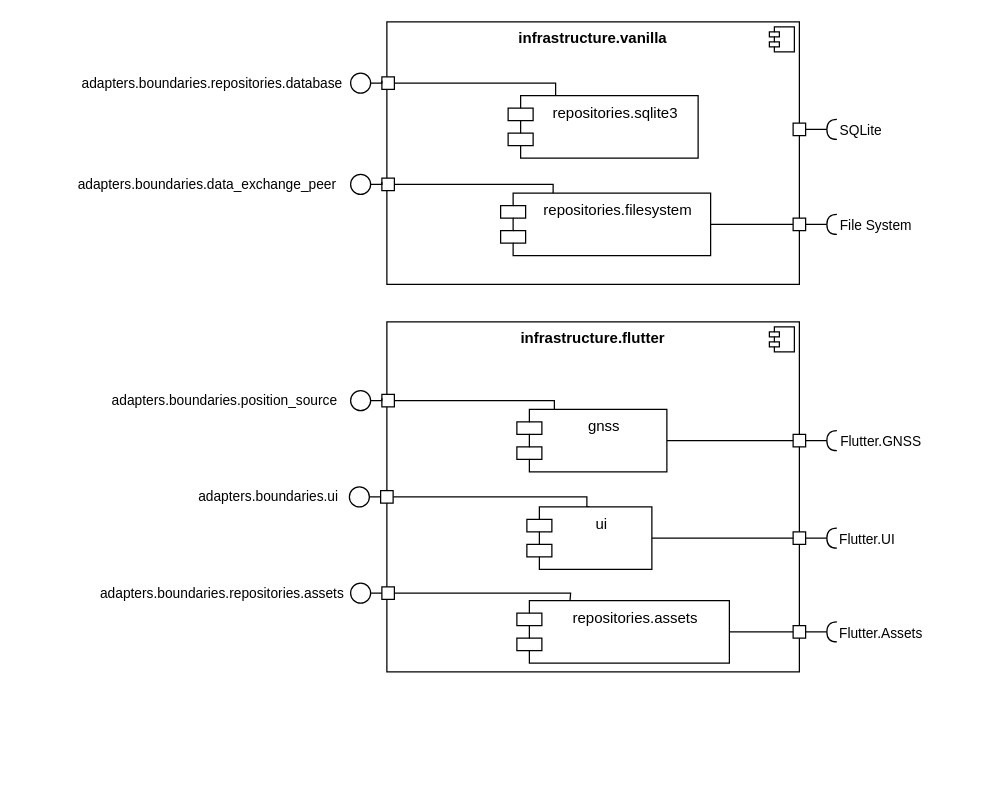
Above: doc/architecture/bbview_level2_infrastructure.drawio in aardjon/trad (draw.io), before the change. Source tidied: cells renumbered, new cells numbered last; positions are measured from the earlier drawing's top-left corner, leaving out a move shared by most shapes. Both pictures are drawn from the tidied source at 125%, with x=0, y=0 at pixel (62, 21).
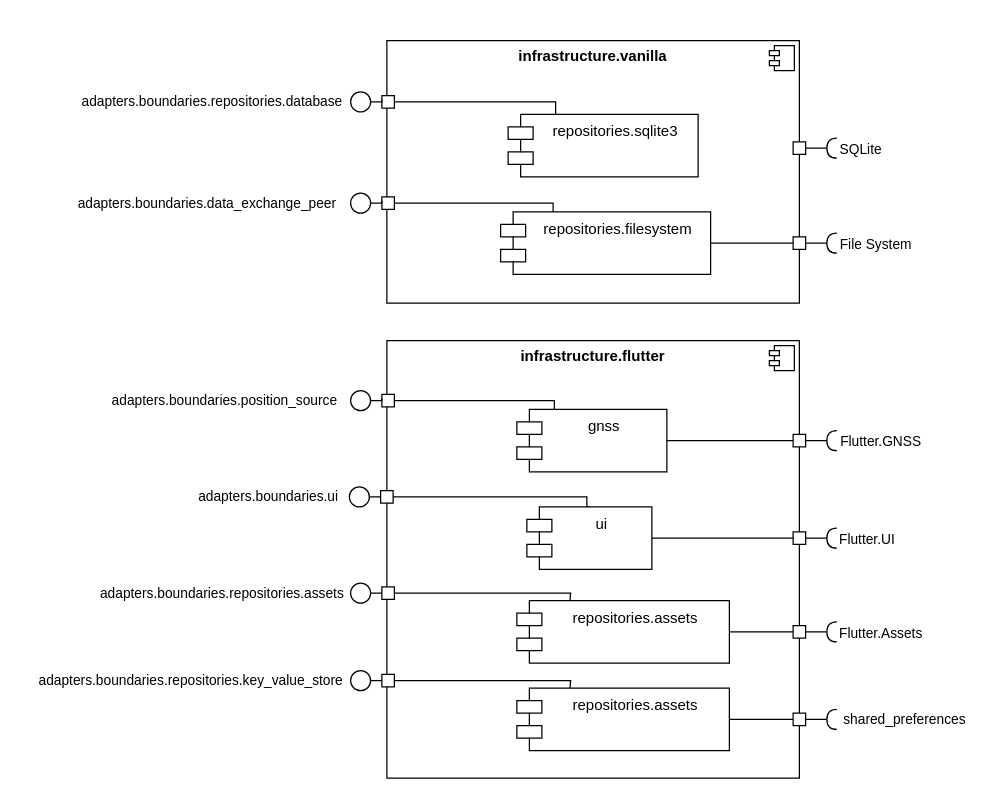
Above is the later version.

Commit message (it also covers changes not shown here):
docs: Add app preferences components to the architecture documentation

The edit, as a diff of the source:
```diff
@@
     <mxCell id="2" value="&lt;p style=&quot;margin:0px;margin-top:6px;text-align:center;&quot;&gt;&lt;b&gt;infrastructure.flutter&lt;/b&gt;&lt;/p&gt;" style="align=left;overflow=fill;html=1;whiteSpace=wrap;" parent="1" vertex="1">
-      <mxGeometry x="259" y="240" width="330" height="280" as="geometry" />
+      <mxGeometry x="259" y="255" width="330" height="350" as="geometry" />
     </mxCell>
-    <mxCell id="3" style="shape=component;jettyWidth=8;jettyHeight=4;" parent="2" vertex="1">
-      <mxGeometry x="1" width="20" height="20" relative="1" as="geometry">
-        <mxPoint x="-24" y="4" as="offset" />
-      </mxGeometry>
-    </mxCell>
     <mxCell id="4" value="&lt;p style=&quot;margin:0px;margin-top:6px;text-align:center;&quot;&gt;&lt;b&gt;infrastructure.vanilla&lt;/b&gt;&lt;/p&gt;" style="align=left;overflow=fill;html=1;whiteSpace=wrap;" parent="1" vertex="1">
-      <mxGeometry x="259" width="330" height="210" as="geometry" />
+      <mxGeometry x="259" y="15" width="330" height="210" as="geometry" />
     </mxCell>
@@
     <mxCell id="6" style="whiteSpace=wrap;html=1;" parent="1" vertex="1">
-      <mxGeometry x="255" y="44" width="10" height="10" as="geometry" />
+      <mxGeometry x="255" y="59" width="10" height="10" as="geometry" />
     </mxCell>
     <mxCell id="7" style="whiteSpace=wrap;html=1;" parent="1" vertex="1">
-      <mxGeometry x="255" y="125" width="10" height="10" as="geometry" />
+      <mxGeometry x="255" y="140" width="10" height="10" as="geometry" />
     </mxCell>
@@
     <mxCell id="9" style="edgeStyle=orthogonalEdgeStyle;rounded=0;jettySize=auto;html=1;exitX=1;exitY=0.5;exitDx=0;exitDy=0;endArrow=none;endFill=0;" parent="1" edge="1" source="10">
       <mxGeometry relative="1" as="geometry">
-        <mxPoint x="255" y="47" as="targetPoint" />
+        <mxPoint x="255" y="62" as="targetPoint" />
       </mxGeometry>
     </mxCell>
     <mxCell id="10" style="ellipse;whiteSpace=wrap;html=1;" parent="1" vertex="1">
-      <mxGeometry x="230" y="41" width="16" height="16" as="geometry" />
+      <mxGeometry x="230" y="56" width="16" height="16" as="geometry" />
     </mxCell>
     <mxCell id="11" style="edgeStyle=orthogonalEdgeStyle;rounded=0;jettySize=auto;html=1;exitX=1;exitY=0.5;exitDx=0;exitDy=0;endArrow=none;endFill=0;" parent="1" edge="1" source="12">
       <mxGeometry relative="1" as="geometry">
-        <mxPoint x="255" y="128" as="targetPoint" />
+        <mxPoint x="255" y="143" as="targetPoint" />
       </mxGeometry>
     </mxCell>
     <mxCell id="12" style="ellipse;whiteSpace=wrap;html=1;" parent="1" vertex="1">
-      <mxGeometry x="230" y="122" width="16" height="16" as="geometry" />
+      <mxGeometry x="230" y="137" width="16" height="16" as="geometry" />
     </mxCell>
@@
     <mxCell id="18" value="repositories.sqlite3" style="shape=module;align=left;spacingLeft=20;align=center;verticalAlign=top;whiteSpace=wrap;html=1;" parent="1" vertex="1">
-      <mxGeometry x="356" y="59" width="152" height="50" as="geometry" />
+      <mxGeometry x="356" y="74" width="152" height="50" as="geometry" />
     </mxCell>
@@
     <mxCell id="20" style="endArrow=none;endFill=0;endSize=12;html=1;rounded=0;exitX=0.25;exitY=0;exitDx=0;exitDy=0;entryX=1;entryY=0.5;entryDx=0;entryDy=0;" parent="1" edge="1" source="18" target="6">
       <mxGeometry relative="1" as="geometry">
         <Array as="points">
-          <mxPoint x="394" y="49" />
+          <mxPoint x="394" y="64" />
         </Array>
       </mxGeometry>
     </mxCell>
     <mxCell id="21" value="repositories.filesystem" style="shape=module;align=left;spacingLeft=20;align=center;verticalAlign=top;whiteSpace=wrap;html=1;" parent="1" vertex="1">
-      <mxGeometry x="350" y="137" width="168" height="50" as="geometry" />
+      <mxGeometry x="350" y="152" width="168" height="50" as="geometry" />
     </mxCell>
     <mxCell id="22" value="&lt;font style=&quot;font-size: 11px;&quot;&gt;adapters.boundaries.repositor&lt;span style=&quot;background-color: rgb(255, 255, 255);&quot;&gt;ies&lt;/span&gt;.database&lt;/font&gt;" style="text;html=1;align=center;verticalAlign=middle;strokeColor=none;fillColor=none;" parent="1" vertex="1">
-      <mxGeometry x="4" y="34" width="230" height="30" as="geometry" />
+      <mxGeometry x="4" y="49" width="230" height="30" as="geometry" />
     </mxCell>
     <mxCell id="23" value="&lt;span style=&quot;font-size: 11px;&quot;&gt;adapters.boundaries.data_exchange_peer&lt;/span&gt;" style="text;html=1;align=center;verticalAlign=middle;strokeColor=none;fillColor=none;" parent="1" vertex="1">
-      <mxGeometry y="115" width="230" height="30" as="geometry" />
+      <mxGeometry y="130" width="230" height="30" as="geometry" />
     </mxCell>
@@
     <mxCell id="29" style="endArrow=none;html=1;rounded=0;entryX=0.25;entryY=0;entryDx=0;entryDy=0;exitX=1;exitY=0.5;exitDx=0;exitDy=0;" parent="1" edge="1" source="7" target="21">
       <mxGeometry relative="1" as="geometry">
         <Array as="points">
-          <mxPoint x="392" y="130" />
+          <mxPoint x="392" y="145" />
         </Array>
       </mxGeometry>
     </mxCell>
@@
     <mxCell id="38" style="whiteSpace=wrap;html=1;" parent="1" vertex="1">
-      <mxGeometry x="584" y="157" width="10" height="10" as="geometry" />
+      <mxGeometry x="584" y="172" width="10" height="10" as="geometry" />
     </mxCell>
     <mxCell id="39" style="rounded=0;jettySize=auto;html=1;endArrow=halfCircle;endFill=0;endSize=6;strokeWidth=1;sketch=0;fontSize=12;curved=1;exitX=1;exitY=0.5;exitDx=0;exitDy=0;" parent="1" edge="1" source="38">
       <mxGeometry relative="1" as="geometry">
-        <mxPoint x="619" y="162" as="targetPoint" />
+        <mxPoint x="619" y="177" as="targetPoint" />
       </mxGeometry>
     </mxCell>
@@
     <mxCell id="41" style="whiteSpace=wrap;html=1;" parent="1" vertex="1">
-      <mxGeometry x="584" y="81" width="10" height="10" as="geometry" />
+      <mxGeometry x="584" y="96" width="10" height="10" as="geometry" />
     </mxCell>
     <mxCell id="42" style="rounded=0;jettySize=auto;html=1;endArrow=halfCircle;endFill=0;endSize=6;strokeWidth=1;sketch=0;fontSize=12;curved=1;exitX=1;exitY=0.5;exitDx=0;exitDy=0;" parent="1" edge="1" source="41">
       <mxGeometry relative="1" as="geometry">
-        <mxPoint x="619" y="86" as="targetPoint" />
+        <mxPoint x="619" y="101" as="targetPoint" />
       </mxGeometry>
     </mxCell>
@@
+    <mxCell id="3" style="shape=component;jettyWidth=8;jettyHeight=4;" parent="1" vertex="1">
+      <mxGeometry x="565" y="259" width="20" height="20" as="geometry">
+        <mxPoint x="-24" y="4" as="offset" />
+      </mxGeometry>
+    </mxCell>
+    <mxCell id="55" style="edgeStyle=orthogonalEdgeStyle;rounded=0;jettySize=auto;html=1;exitX=1;exitY=0.5;exitDx=0;exitDy=0;endArrow=none;endFill=0;" parent="1" edge="1" source="57">
+      <mxGeometry relative="1" as="geometry">
+        <mxPoint x="260" y="525" as="targetPoint" />
+      </mxGeometry>
+    </mxCell>
+    <mxCell id="56" style="whiteSpace=wrap;html=1;" parent="1" vertex="1">
+      <mxGeometry x="255" y="522" width="10" height="10" as="geometry" />
+    </mxCell>
+    <mxCell id="57" style="ellipse;whiteSpace=wrap;html=1;" parent="1" vertex="1">
+      <mxGeometry x="230" y="519" width="16" height="16" as="geometry" />
+    </mxCell>
+    <mxCell id="58" value="repositories.assets" style="shape=module;align=left;spacingLeft=20;align=center;verticalAlign=top;whiteSpace=wrap;html=1;" parent="1" vertex="1">
+      <mxGeometry x="363" y="533" width="170" height="50" as="geometry" />
+    </mxCell>
+    <mxCell id="59" value="&lt;font style=&quot;font-size: 11px;&quot;&gt;adapters.boundaries.repositor&lt;/font&gt;&lt;span style=&quot;font-size: 11px; background-color: rgb(255, 255, 255);&quot;&gt;ies.key_value_store&lt;/span&gt;" style="text;html=1;align=center;verticalAlign=middle;strokeColor=none;fillColor=none;" parent="1" vertex="1">
+      <mxGeometry x="-33" y="512" width="270" height="30" as="geometry" />
+    </mxCell>
+    <mxCell id="60" style="endArrow=none;html=1;rounded=0;entryX=0.25;entryY=0;entryDx=0;entryDy=0;exitX=1;exitY=0.5;exitDx=0;exitDy=0;" parent="1" edge="1" source="56" target="58">
+      <mxGeometry relative="1" as="geometry">
+        <Array as="points">
+          <mxPoint x="406" y="527" />
+        </Array>
+      </mxGeometry>
+    </mxCell>
+    <mxCell id="61" style="whiteSpace=wrap;html=1;" parent="1" vertex="1">
+      <mxGeometry x="584" y="553" width="10" height="10" as="geometry" />
+    </mxCell>
+    <mxCell id="62" style="rounded=0;jettySize=auto;html=1;endArrow=halfCircle;endFill=0;endSize=6;strokeWidth=1;sketch=0;fontSize=12;curved=1;exitX=1;exitY=0.5;exitDx=0;exitDy=0;" parent="1" edge="1" source="61">
+      <mxGeometry relative="1" as="geometry">
+        <mxPoint x="619" y="558" as="targetPoint" />
+      </mxGeometry>
+    </mxCell>
+    <mxCell id="63" value="shared_preferences" style="edgeLabel;html=1;align=center;verticalAlign=middle;" parent="62" vertex="1">
+      <mxGeometry x="0.68" y="2" relative="1" as="geometry">
+        <mxPoint x="57" y="1" as="offset" />
+      </mxGeometry>
+    </mxCell>
+    <mxCell id="64" style="endArrow=none;html=1;rounded=0;entryX=0;entryY=0.5;entryDx=0;entryDy=0;exitX=1;exitY=0.5;exitDx=0;exitDy=0;" parent="1" edge="1" source="58" target="61">
+      <mxGeometry relative="1" as="geometry" />
+    </mxCell>
```
